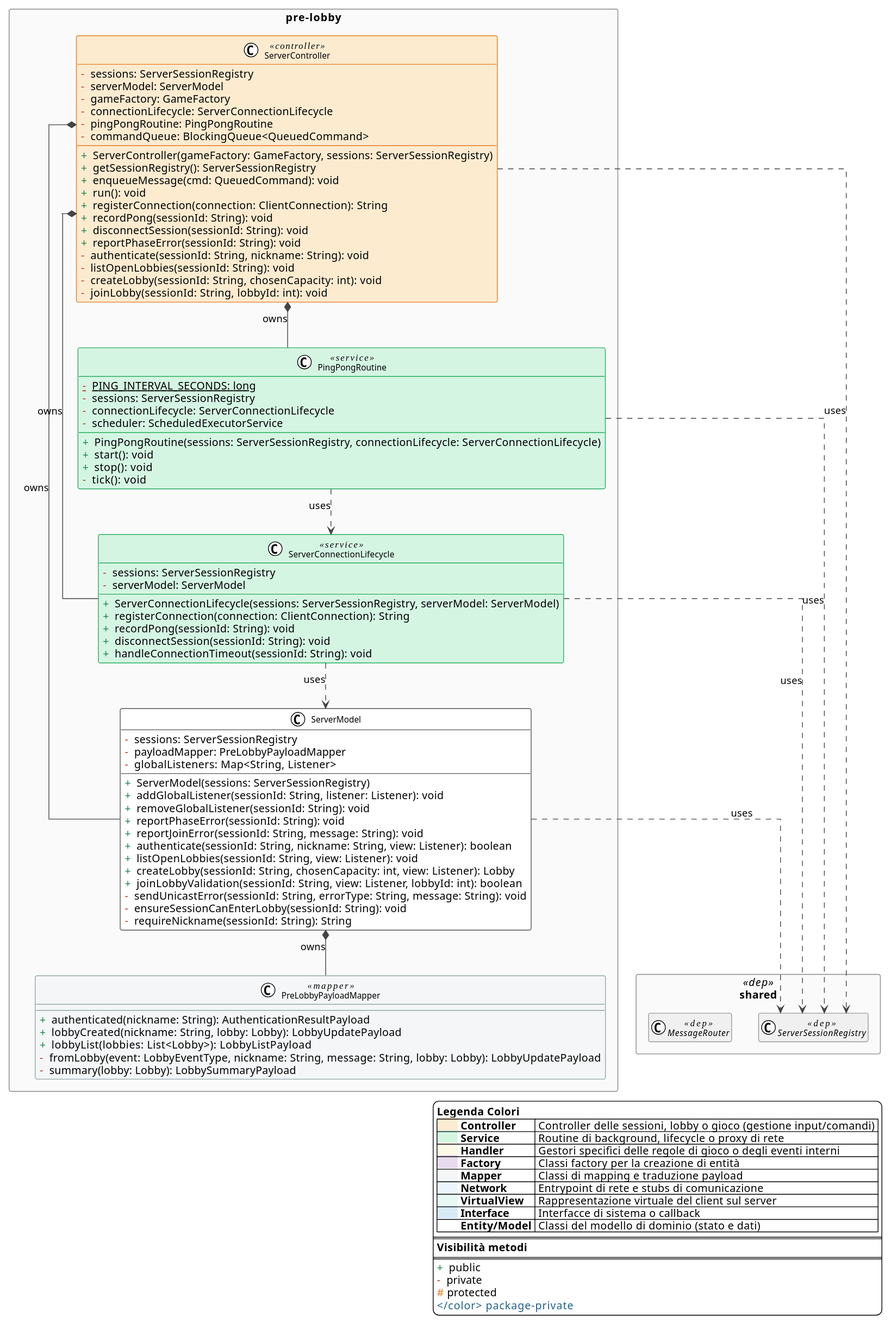
Before: docs/uml/svg/server-prelobby.svg, a diagram exported from PlantUML (Zorli/MesosProject).
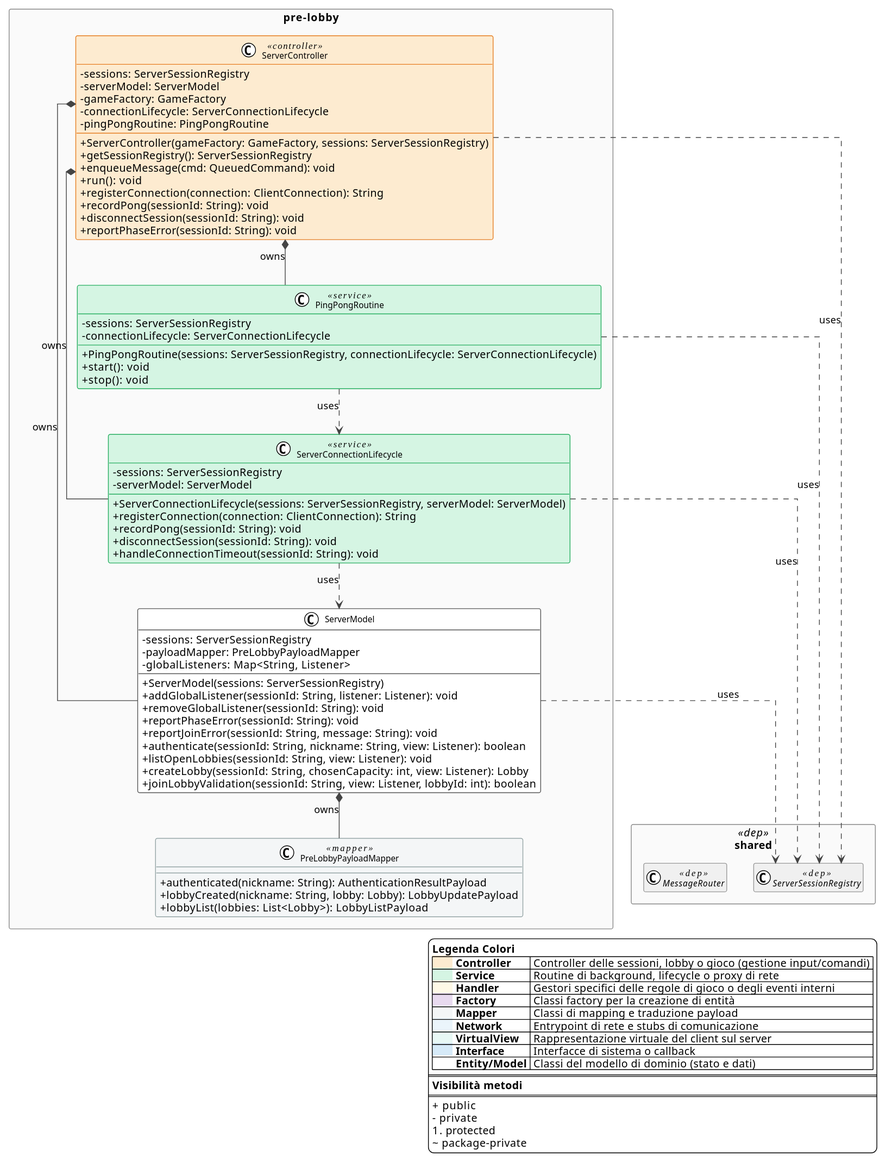
The same file after the commit.

Change to the diagram source:
```diff
@@ -62,71 +62,58 @@
 package "pre-lobby" {
 
   class ServerController <<controller>> {
-    <color:#C0392B>-</color> sessions: ServerSessionRegistry
-    <color:#C0392B>-</color> serverModel: ServerModel
-    <color:#C0392B>-</color> gameFactory: GameFactory
-    <color:#C0392B>-</color> connectionLifecycle: ServerConnectionLifecycle
-    <color:#C0392B>-</color> pingPongRoutine: PingPongRoutine
-    <color:#C0392B>-</color> commandQueue: BlockingQueue<QueuedCommand>
-    <color:#1E8449>+</color> ServerController(gameFactory: GameFactory, sessions: ServerSessionRegistry)
-    <color:#1E8449>+</color> getSessionRegistry(): ServerSessionRegistry
-    <color:#1E8449>+</color> enqueueMessage(cmd: QueuedCommand): void
-    <color:#1E8449>+</color> run(): void
-    <color:#1E8449>+</color> registerConnection(connection: ClientConnection): String
-    <color:#1E8449>+</color> recordPong(sessionId: String): void
-    <color:#1E8449>+</color> disconnectSession(sessionId: String): void
-    <color:#1E8449>+</color> reportPhaseError(sessionId: String): void
-    <color:#C0392B>-</color> authenticate(sessionId: String, nickname: String): void
-    <color:#C0392B>-</color> listOpenLobbies(sessionId: String): void
-    <color:#C0392B>-</color> createLobby(sessionId: String, chosenCapacity: int): void
-    <color:#C0392B>-</color> joinLobby(sessionId: String, lobbyId: int): void
+    - sessions: ServerSessionRegistry
+    - serverModel: ServerModel
+    - gameFactory: GameFactory
+    - connectionLifecycle: ServerConnectionLifecycle
+    - pingPongRoutine: PingPongRoutine
+    + ServerController(gameFactory: GameFactory, sessions: ServerSessionRegistry)
+    + getSessionRegistry(): ServerSessionRegistry
+    + enqueueMessage(cmd: QueuedCommand): void
+    + run(): void
+    + registerConnection(connection: ClientConnection): String
+    + recordPong(sessionId: String): void
+    + disconnectSession(sessionId: String): void
+    + reportPhaseError(sessionId: String): void
   }
 
   class ServerModel {
-    <color:#C0392B>-</color> sessions: ServerSessionRegistry
-    <color:#C0392B>-</color> payloadMapper: PreLobbyPayloadMapper
-    <color:#C0392B>-</color> globalListeners: Map<String, Listener>
-    <color:#1E8449>+</color> ServerModel(sessions: ServerSessionRegistry)
-    <color:#1E8449>+</color> addGlobalListener(sessionId: String, listener: Listener): void
-    <color:#1E8449>+</color> removeGlobalListener(sessionId: String): void
-    <color:#1E8449>+</color> reportPhaseError(sessionId: String): void
-    <color:#1E8449>+</color> reportJoinError(sessionId: String, message: String): void
-    <color:#1E8449>+</color> authenticate(sessionId: String, nickname: String, view: Listener): boolean
-    <color:#1E8449>+</color> listOpenLobbies(sessionId: String, view: Listener): void
-    <color:#1E8449>+</color> createLobby(sessionId: String, chosenCapacity: int, view: Listener): Lobby
-    <color:#1E8449>+</color> joinLobbyValidation(sessionId: String, view: Listener, lobbyId: int): boolean
-    <color:#C0392B>-</color> sendUnicastError(sessionId: String, errorType: String, message: String): void
-    <color:#C0392B>-</color> ensureSessionCanEnterLobby(sessionId: String): void
-    <color:#C0392B>-</color> requireNickname(sessionId: String): String
+    - sessions: ServerSessionRegistry
+    - payloadMapper: PreLobbyPayloadMapper
+    - globalListeners: Map<String, Listener>
+    + ServerModel(sessions: ServerSessionRegistry)
+    + addGlobalListener(sessionId: String, listener: Listener): void
+    + removeGlobalListener(sessionId: String): void
+    + reportPhaseError(sessionId: String): void
+    + reportJoinError(sessionId: String, message: String): void
+    + authenticate(sessionId: String, nickname: String, view: Listener): boolean
+    + listOpenLobbies(sessionId: String, view: Listener): void
+    + createLobby(sessionId: String, chosenCapacity: int, view: Listener): Lobby
+    + joinLobbyValidation(sessionId: String, view: Listener, lobbyId: int): boolean
   }
 
   class PreLobbyPayloadMapper <<mapper>> {
-    <color:#1E8449>+</color> authenticated(nickname: String): AuthenticationResultPayload
-    <color:#1E8449>+</color> lobbyCreated(nickname: String, lobby: Lobby): LobbyUpdatePayload
-    <color:#1E8449>+</color> lobbyList(lobbies: List<Lobby>): LobbyListPayload
-    <color:#C0392B>-</color> fromLobby(event: LobbyEventType, nickname: String, message: String, lobby: Lobby): LobbyUpdatePayload
-    <color:#C0392B>-</color> summary(lobby: Lobby): LobbySummaryPayload
+    + authenticated(nickname: String): AuthenticationResultPayload
+    + lobbyCreated(nickname: String, lobby: Lobby): LobbyUpdatePayload
+    + lobbyList(lobbies: List<Lobby>): LobbyListPayload
   }
 
   class ServerConnectionLifecycle <<service>> {
-    <color:#C0392B>-</color> sessions: ServerSessionRegistry
-    <color:#C0392B>-</color> serverModel: ServerModel
-    <color:#1E8449>+</color> ServerConnectionLifecycle(sessions: ServerSessionRegistry, serverModel: ServerModel)
-    <color:#1E8449>+</color> registerConnection(connection: ClientConnection): String
-    <color:#1E8449>+</color> recordPong(sessionId: String): void
-    <color:#1E8449>+</color> disconnectSession(sessionId: String): void
-    <color:#1E8449>+</color> handleConnectionTimeout(sessionId: String): void
+    - sessions: ServerSessionRegistry
+    - serverModel: ServerModel
+    + ServerConnectionLifecycle(sessions: ServerSessionRegistry, serverModel: ServerModel)
+    + registerConnection(connection: ClientConnection): String
+    + recordPong(sessionId: String): void
+    + disconnectSession(sessionId: String): void
+    + handleConnectionTimeout(sessionId: String): void
   }
 
   class PingPongRoutine <<service>> {
-    <color:#C0392B>-</color> {static} PING_INTERVAL_SECONDS: long
-    <color:#C0392B>-</color> sessions: ServerSessionRegistry
-    <color:#C0392B>-</color> connectionLifecycle: ServerConnectionLifecycle
-    <color:#C0392B>-</color> scheduler: ScheduledExecutorService
-    <color:#1E8449>+</color> PingPongRoutine(sessions: ServerSessionRegistry, connectionLifecycle: ServerConnectionLifecycle)
-    <color:#1E8449>+</color> start(): void
-    <color:#1E8449>+</color> stop(): void
-    <color:#C0392B>-</color> tick(): void
+    - sessions: ServerSessionRegistry
+    - connectionLifecycle: ServerConnectionLifecycle
+    + PingPongRoutine(sessions: ServerSessionRegistry, connectionLifecycle: ServerConnectionLifecycle)
+    + start(): void
+    + stop(): void
   }
 }
 
@@ -161,9 +148,9 @@
   ====
   <b>Visibilità metodi</b>
   ====
-  <color:#1E8449>+</color> public
-  <color:#C0392B>-</color> private
-  <color:#E67E22>#</color> protected
-  <color:#1F618D>~</color> package-private
+  + public
+  - private
+  # protected
+  ~ package-private
 endlegend
 @enduml
```
